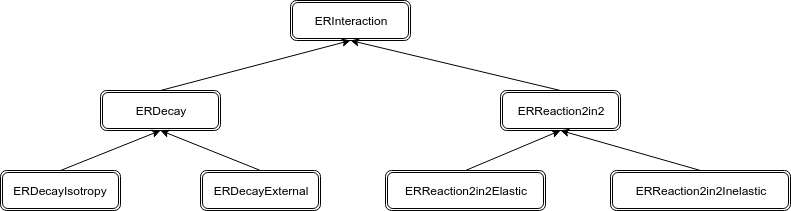
Earlier version of the draw.io export docs/_images/interaction_classes.png (FLNR-JINR/er). Source tidied: cells renumbered, new cells last; positions are measured from the earlier drawing's top-left corner, leaving out a move shared by most shapes.
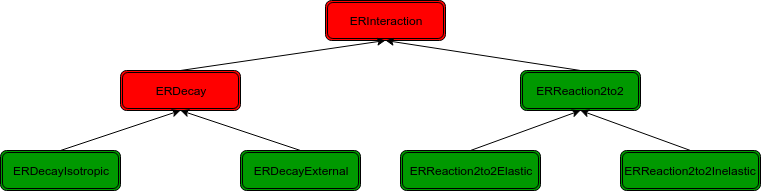
The same diagram one commit later.

Commit message:
interactions spec continue

Diff of the diagram source:
```diff
@@ -2,52 +2,44 @@
   <root>
     <mxCell id="0" />
     <mxCell id="1" parent="0" />
-    <mxCell id="2" value="ERInteraction" style="shape=ext;double=1;rounded=1;whiteSpace=wrap;html=1;" parent="1" vertex="1">
-      <mxGeometry x="290" width="120" height="40" as="geometry" />
+    <mxCell id="2" value="ERInteraction" style="shape=ext;double=1;rounded=1;whiteSpace=wrap;html=1;fillColor=#FF0000;" parent="1" vertex="1">
+      <mxGeometry x="325" y="-10" width="120" height="40" as="geometry" />
     </mxCell>
-    <mxCell id="3" value="ERDecay" style="shape=ext;double=1;rounded=1;whiteSpace=wrap;html=1;" parent="1" vertex="1">
-      <mxGeometry x="100" y="90" width="120" height="40" as="geometry" />
+    <mxCell id="3" value="ERDecay&lt;br&gt;" style="shape=ext;double=1;rounded=1;whiteSpace=wrap;html=1;fillColor=#FF0000;" parent="1" vertex="1">
+      <mxGeometry x="120" y="60" width="120" height="40" as="geometry" />
     </mxCell>
-    <mxCell id="4" style="endArrow=classic;html=1;exitX=0.5;exitY=0;exitDx=0;exitDy=0;" parent="1" edge="1" source="3">
-      <mxGeometry relative="1" as="geometry">
-        <mxPoint x="350" y="40" as="targetPoint" />
-      </mxGeometry>
-    </mxCell>
-    <mxCell id="5" value="ERReaction2in2" style="shape=ext;double=1;rounded=1;whiteSpace=wrap;html=1;" parent="1" vertex="1">
-      <mxGeometry x="500" y="90" width="120" height="40" as="geometry" />
-    </mxCell>
-    <mxCell id="6" style="endArrow=classic;html=1;exitX=0.5;exitY=0;exitDx=0;exitDy=0;" parent="1" edge="1" source="5">
-      <mxGeometry relative="1" as="geometry">
-        <mxPoint x="350" y="40" as="targetPoint" />
-      </mxGeometry>
-    </mxCell>
-    <mxCell id="7" value="ERDecayIsotropy" style="shape=ext;double=1;rounded=1;whiteSpace=wrap;html=1;" parent="1" vertex="1">
-      <mxGeometry y="170" width="120" height="40" as="geometry" />
-    </mxCell>
+    <mxCell id="15" value="ERReaction2to2&lt;br&gt;" style="shape=ext;double=1;rounded=1;whiteSpace=wrap;html=1;fillColor=#009900;" parent="1" vertex="1">
+      <mxGeometry x="520" y="60" width="120" height="40" as="geometry" />
+    </mxCell>
+    <mxCell id="16" value="ERDecayIsotropic&lt;br&gt;" style="shape=ext;double=1;rounded=1;whiteSpace=wrap;html=1;fillColor=#009900;" parent="1" vertex="1">
+      <mxGeometry y="140" width="120" height="40" as="geometry" />
+    </mxCell>
-    <mxCell id="8" value="ERDecayExternal" style="shape=ext;double=1;rounded=1;whiteSpace=wrap;html=1;" parent="1" vertex="1">
-      <mxGeometry x="200" y="170" width="120" height="40" as="geometry" />
+    <mxCell id="8" value="ERDecayExternal&lt;br&gt;" style="shape=ext;double=1;rounded=1;whiteSpace=wrap;html=1;fillColor=#009900;" parent="1" vertex="1">
+      <mxGeometry x="240" y="140" width="120" height="40" as="geometry" />
     </mxCell>
-    <mxCell id="9" style="endArrow=classic;html=1;exitX=0.5;exitY=0;exitDx=0;exitDy=0;" parent="1" edge="1" source="7">
-      <mxGeometry relative="1" as="geometry">
-        <mxPoint x="160" y="130" as="targetPoint" />
-      </mxGeometry>
-    </mxCell>
+    <mxCell id="17" value="ERReaction2to2Elastic&lt;br&gt;" style="shape=ext;double=1;rounded=1;whiteSpace=wrap;html=1;fillColor=#009900;" parent="1" vertex="1">
+      <mxGeometry x="400" y="140" width="140" height="40" as="geometry" />
+    </mxCell>
+    <mxCell id="18" value="ERReaction2to2Inelastic&lt;br&gt;" style="shape=ext;double=1;rounded=1;whiteSpace=wrap;html=1;fillColor=#009900;" parent="1" vertex="1">
+      <mxGeometry x="620" y="140" width="140" height="40" as="geometry" />
+    </mxCell>
+    <mxCell id="19" style="endArrow=classic;html=1;entryX=0.5;entryY=1;entryDx=0;entryDy=0;exitX=0.5;exitY=0;exitDx=0;exitDy=0;" parent="1" edge="1" source="16" target="3">
+      <mxGeometry relative="1" as="geometry" />
+    </mxCell>
+    <mxCell id="20" style="endArrow=classic;html=1;entryX=0.5;entryY=1;entryDx=0;entryDy=0;exitX=0.5;exitY=0;exitDx=0;exitDy=0;" parent="1" edge="1" source="3" target="2">
+      <mxGeometry relative="1" as="geometry" />
+    </mxCell>
-    <mxCell id="10" style="endArrow=classic;html=1;exitX=0.5;exitY=0;exitDx=0;exitDy=0;entryX=0.5;entryY=1;entryDx=0;entryDy=0;" parent="1" edge="1" source="8" target="3">
+    <mxCell id="10" style="endArrow=classic;html=1;entryX=0.5;entryY=1;entryDx=0;entryDy=0;exitX=0.5;exitY=0;exitDx=0;exitDy=0;" parent="1" edge="1" source="8" target="3">
       <mxGeometry relative="1" as="geometry" />
     </mxCell>
-    <mxCell id="11" value="ERReaction2in2Elastic" style="shape=ext;double=1;rounded=1;whiteSpace=wrap;html=1;" parent="1" vertex="1">
-      <mxGeometry x="385" y="170" width="160" height="40" as="geometry" />
-    </mxCell>
-    <mxCell id="12" value="ERReaction2in2Inelastic" style="shape=ext;double=1;rounded=1;whiteSpace=wrap;html=1;" parent="1" vertex="1">
-      <mxGeometry x="610" y="170" width="180" height="40" as="geometry" />
-    </mxCell>
-    <mxCell id="13" style="endArrow=classic;html=1;exitX=0.5;exitY=0;exitDx=0;exitDy=0;entryX=0.5;entryY=1;entryDx=0;entryDy=0;" parent="1" edge="1" source="11" target="5">
-      <mxGeometry relative="1" as="geometry" />
-    </mxCell>
-    <mxCell id="14" style="endArrow=classic;html=1;exitX=0.5;exitY=0;exitDx=0;exitDy=0;" parent="1" edge="1" source="12">
-      <mxGeometry relative="1" as="geometry">
-        <mxPoint x="560" y="130" as="targetPoint" />
-      </mxGeometry>
-    </mxCell>
+    <mxCell id="21" style="endArrow=classic;html=1;entryX=0.5;entryY=1;entryDx=0;entryDy=0;exitX=0.5;exitY=0;exitDx=0;exitDy=0;" parent="1" edge="1" source="17" target="15">
+      <mxGeometry relative="1" as="geometry" />
+    </mxCell>
+    <mxCell id="22" style="endArrow=classic;html=1;entryX=0.5;entryY=1;entryDx=0;entryDy=0;exitX=0.5;exitY=0;exitDx=0;exitDy=0;" parent="1" edge="1" source="15" target="2">
+      <mxGeometry relative="1" as="geometry" />
+    </mxCell>
+    <mxCell id="23" style="endArrow=classic;html=1;entryX=0.5;entryY=1;entryDx=0;entryDy=0;exitX=0.5;exitY=0;exitDx=0;exitDy=0;" parent="1" edge="1" source="18" target="15">
+      <mxGeometry relative="1" as="geometry" />
+    </mxCell>
   </root>
 </mxGraphModel>
```
